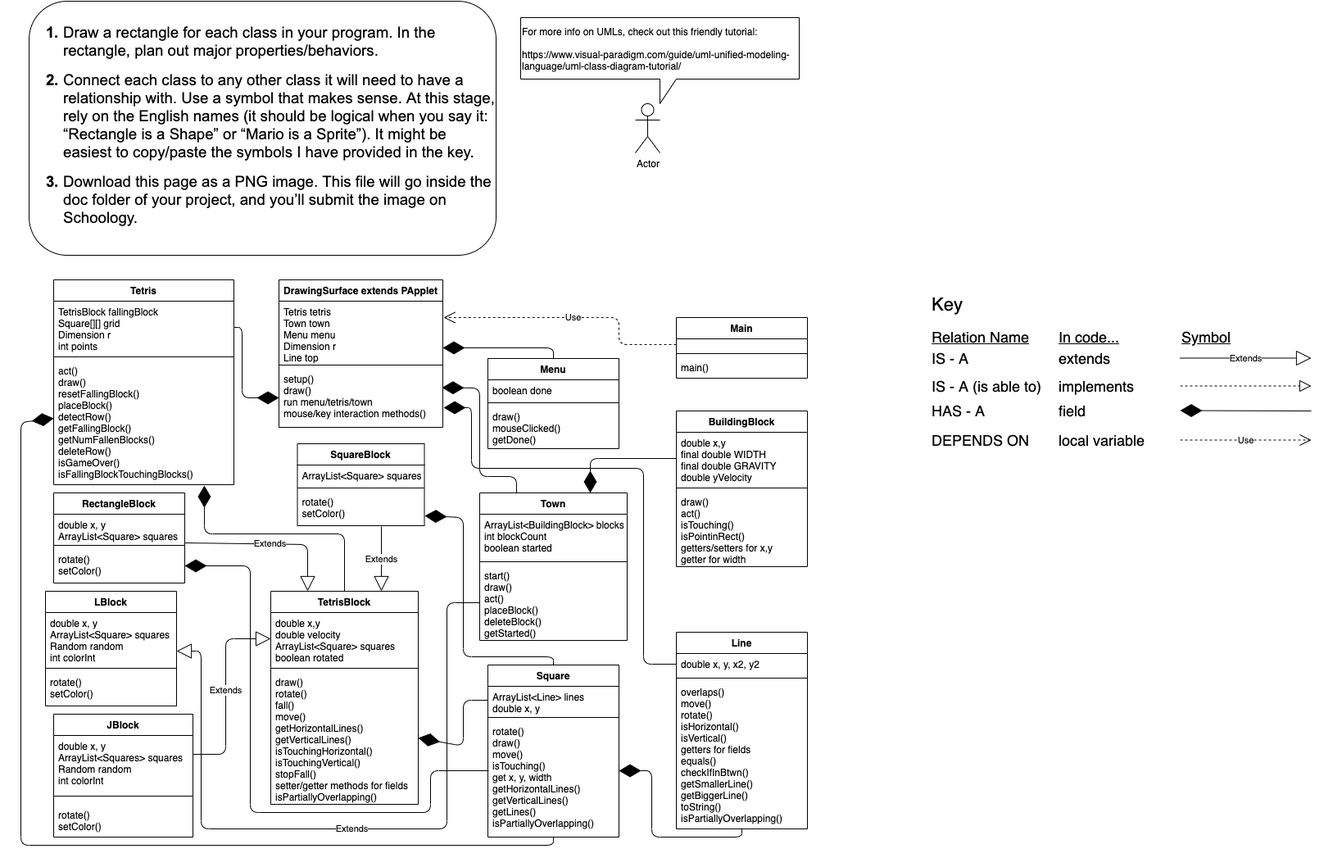
Earlier version of the draw.io export BuildTheTown/doc/Tetris Final Project UML.png (HHSAPCompSci2020/capstone-project-404-team-not-found). Source tidied: cells renumbered, new cells last; positions are measured from the earlier drawing's top-left corner, leaving out a move shared by most shapes.
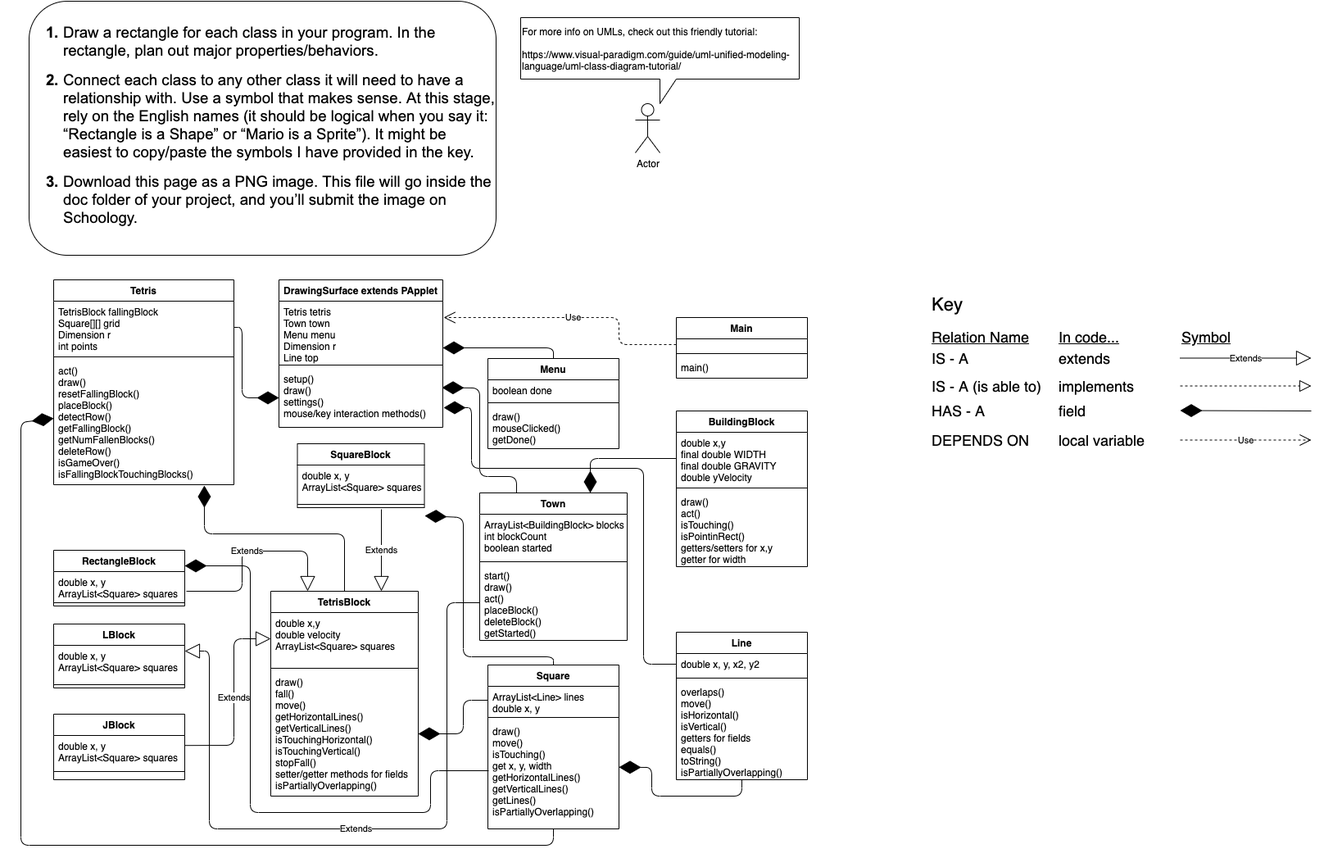
After the commit.

Commit message:
added video link, updated readme and uml diagram

Change to the diagram source:
```diff
@@ -92,7 +92,7 @@
     <mxCell id="27" style="line;strokeWidth=1;fillColor=none;align=left;verticalAlign=middle;spacingTop=-1;spacingLeft=3;spacingRight=3;labelPosition=right;" parent="25" vertex="1">
       <mxGeometry y="100" width="200" height="8" as="geometry" />
     </mxCell>
-    <mxCell id="28" value="setup()&#10;draw()&#10;run menu/tetris/town&#10;mouse/key interaction methods()" style="text;strokeColor=none;fillColor=none;align=left;verticalAlign=top;spacingLeft=4;spacingRight=4;overflow=hidden;points=[[0,0.5],[1,0.5]];portConstraint=eastwest;" parent="25" vertex="1">
+    <mxCell id="28" value="setup()&#10;draw()&#10;settings()&#10;mouse/key interaction methods()" style="text;strokeColor=none;fillColor=none;align=left;verticalAlign=top;spacingLeft=4;spacingRight=4;overflow=hidden;points=[[0,0.5],[1,0.5]];portConstraint=eastwest;" parent="25" vertex="1">
       <mxGeometry y="108" width="200" height="72" as="geometry" />
     </mxCell>
     <mxCell id="29" value="Tetris" style="swimlane;fontStyle=1;align=center;verticalAlign=top;horizontal=1;startSize=26;" parent="1" vertex="1">
@@ -108,16 +108,16 @@
       <mxGeometry y="98" width="220" height="152" as="geometry" />
     </mxCell>
     <mxCell id="33" value="TetrisBlock" style="swimlane;fontStyle=1;align=center;verticalAlign=top;horizontal=1;startSize=26;" parent="1" vertex="1">
-      <mxGeometry x="305" y="720" width="180" height="260" as="geometry" />
+      <mxGeometry x="305" y="720" width="180" height="250" as="geometry" />
     </mxCell>
-    <mxCell id="34" value="double x,y&#10;double velocity&#10;ArrayList&lt;Square&gt; squares&#10;boolean rotated" style="text;strokeColor=none;fillColor=none;align=left;verticalAlign=top;spacingLeft=4;spacingRight=4;overflow=hidden;points=[[0,0.5],[1,0.5]];portConstraint=eastwest;" parent="33" vertex="1">
+    <mxCell id="34" value="double x,y&#10;double velocity&#10;ArrayList&lt;Square&gt; squares" style="text;strokeColor=none;fillColor=none;align=left;verticalAlign=top;spacingLeft=4;spacingRight=4;overflow=hidden;points=[[0,0.5],[1,0.5]];portConstraint=eastwest;" parent="33" vertex="1">
       <mxGeometry y="26" width="180" height="64" as="geometry" />
     </mxCell>
     <mxCell id="35" style="line;strokeWidth=1;fillColor=none;align=left;verticalAlign=middle;spacingTop=-1;spacingLeft=3;spacingRight=3;labelPosition=right;" parent="33" vertex="1">
       <mxGeometry y="90" width="180" height="8" as="geometry" />
     </mxCell>
-    <mxCell id="36" value="draw()&#10;rotate()&#10;fall()&#10;move()&#10;getHorizontalLines()&#10;getVerticalLines()&#10;isTouchingHorizontal()&#10;isTouchingVertical()&#10;stopFall()&#10;setter/getter methods for fields&#10;isPartiallyOverlapping()" style="text;strokeColor=none;fillColor=none;align=left;verticalAlign=top;spacingLeft=4;spacingRight=4;overflow=hidden;points=[[0,0.5],[1,0.5]];portConstraint=eastwest;" parent="33" vertex="1">
-      <mxGeometry y="98" width="180" height="162" as="geometry" />
+    <mxCell id="36" value="draw()&#10;fall()&#10;move()&#10;getHorizontalLines()&#10;getVerticalLines()&#10;isTouchingHorizontal()&#10;isTouchingVertical()&#10;stopFall()&#10;setter/getter methods for fields&#10;isPartiallyOverlapping()" style="text;strokeColor=none;fillColor=none;align=left;verticalAlign=top;spacingLeft=4;spacingRight=4;overflow=hidden;points=[[0,0.5],[1,0.5]];portConstraint=eastwest;" parent="33" vertex="1">
+      <mxGeometry y="98" width="180" height="152" as="geometry" />
     </mxCell>
     <mxCell id="37" value="BuildingBlock" style="swimlane;fontStyle=1;align=center;verticalAlign=top;horizontal=1;startSize=26;" parent="1" vertex="1">
       <mxGeometry x="800" y="500" width="160" height="190" as="geometry" />
@@ -165,7 +165,7 @@
       </mxGeometry>
     </mxCell>
     <mxCell id="50" value="Line" style="swimlane;fontStyle=1;align=center;verticalAlign=top;horizontal=1;startSize=26;" parent="1" vertex="1">
-      <mxGeometry x="800" y="770" width="160" height="240" as="geometry" />
+      <mxGeometry x="800" y="770" width="160" height="180" as="geometry" />
     </mxCell>
     <mxCell id="51" value="double x, y, x2, y2" style="text;strokeColor=none;fillColor=none;align=left;verticalAlign=top;spacingLeft=4;spacingRight=4;overflow=hidden;points=[[0,0.5],[1,0.5]];portConstraint=eastwest;" parent="50" vertex="1">
       <mxGeometry y="26" width="160" height="26" as="geometry" />
@@ -173,11 +173,11 @@
     <mxCell id="52" style="line;strokeWidth=1;fillColor=none;align=left;verticalAlign=middle;spacingTop=-1;spacingLeft=3;spacingRight=3;labelPosition=right;" parent="50" vertex="1">
       <mxGeometry y="52" width="160" height="8" as="geometry" />
     </mxCell>
-    <mxCell id="53" value="overlaps()&#10;move()&#10;rotate()&#10;isHorizontal()&#10;isVertical()&#10;getters for fields&#10;equals()&#10;checkIfInBtwn()&#10;getSmallerLine()&#10;getBiggerLine()&#10;toString()&#10;isPartiallyOverlapping()" style="text;strokeColor=none;fillColor=none;align=left;verticalAlign=top;spacingLeft=4;spacingRight=4;overflow=hidden;points=[[0,0.5],[1,0.5]];portConstraint=eastwest;" parent="50" vertex="1">
-      <mxGeometry y="60" width="160" height="180" as="geometry" />
+    <mxCell id="53" value="overlaps()&#10;move()&#10;isHorizontal()&#10;isVertical()&#10;getters for fields&#10;equals()&#10;toString()&#10;isPartiallyOverlapping()" style="text;strokeColor=none;fillColor=none;align=left;verticalAlign=top;spacingLeft=4;spacingRight=4;overflow=hidden;points=[[0,0.5],[1,0.5]];portConstraint=eastwest;" parent="50" vertex="1">
+      <mxGeometry y="60" width="160" height="120" as="geometry" />
     </mxCell>
     <mxCell id="54" value="RectangleBlock" style="swimlane;fontStyle=1;align=center;verticalAlign=top;horizontal=1;startSize=26;" parent="1" vertex="1">
-      <mxGeometry x="40" y="600" width="160" height="110" as="geometry" />
+      <mxGeometry x="40" y="670" width="160" height="68" as="geometry" />
     </mxCell>
     <mxCell id="55" value="double x, y&#10;ArrayList&lt;Square&gt; squares" style="text;strokeColor=none;fillColor=none;align=left;verticalAlign=top;spacingLeft=4;spacingRight=4;overflow=hidden;points=[[0,0.5],[1,0.5]];portConstraint=eastwest;" parent="54" vertex="1">
       <mxGeometry y="26" width="160" height="34" as="geometry" />
@@ -185,11 +185,8 @@
     <mxCell id="56" style="line;strokeWidth=1;fillColor=none;align=left;verticalAlign=middle;spacingTop=-1;spacingLeft=3;spacingRight=3;labelPosition=right;" parent="54" vertex="1">
       <mxGeometry y="60" width="160" height="8" as="geometry" />
     </mxCell>
-    <mxCell id="57" value="rotate()&#10;setColor()" style="text;strokeColor=none;fillColor=none;align=left;verticalAlign=top;spacingLeft=4;spacingRight=4;overflow=hidden;points=[[0,0.5],[1,0.5]];portConstraint=eastwest;" parent="54" vertex="1">
-      <mxGeometry y="68" width="160" height="42" as="geometry" />
-    </mxCell>
     <mxCell id="58" value="Square" style="swimlane;fontStyle=1;align=center;verticalAlign=top;horizontal=1;startSize=26;" parent="1" vertex="1">
-      <mxGeometry x="570" y="810" width="160" height="210" as="geometry" />
+      <mxGeometry x="570" y="810" width="160" height="200" as="geometry" />
     </mxCell>
     <mxCell id="59" value="ArrayList&lt;Line&gt; lines&#10;double x, y" style="text;strokeColor=none;fillColor=none;align=left;verticalAlign=top;spacingLeft=4;spacingRight=4;overflow=hidden;points=[[0,0.5],[1,0.5]];portConstraint=eastwest;" parent="58" vertex="1">
       <mxGeometry y="26" width="160" height="34" as="geometry" />
@@ -197,12 +194,13 @@
     <mxCell id="60" style="line;strokeWidth=1;fillColor=none;align=left;verticalAlign=middle;spacingTop=-1;spacingLeft=3;spacingRight=3;labelPosition=right;" parent="58" vertex="1">
       <mxGeometry y="60" width="160" height="8" as="geometry" />
     </mxCell>
-    <mxCell id="61" value="rotate()&#10;draw()&#10;move()&#10;isTouching()&#10;get x, y, width&#10;getHorizontalLines()&#10;getVerticalLines()&#10;getLines()&#10;isPartiallyOverlapping()" style="text;strokeColor=none;fillColor=none;align=left;verticalAlign=top;spacingLeft=4;spacingRight=4;overflow=hidden;points=[[0,0.5],[1,0.5]];portConstraint=eastwest;" parent="58" vertex="1">
-      <mxGeometry y="68" width="160" height="142" as="geometry" />
+    <mxCell id="61" value="draw()&#10;move()&#10;isTouching()&#10;get x, y, width&#10;getHorizontalLines()&#10;getVerticalLines()&#10;getLines()&#10;isPartiallyOverlapping()" style="text;strokeColor=none;fillColor=none;align=left;verticalAlign=top;spacingLeft=4;spacingRight=4;overflow=hidden;points=[[0,0.5],[1,0.5]];portConstraint=eastwest;" parent="58" vertex="1">
+      <mxGeometry y="68" width="160" height="132" as="geometry" />
     </mxCell>
-    <mxCell id="62" style="endArrow=diamondThin;endFill=1;endSize=24;html=1;entryX=1;entryY=0.5;entryDx=0;entryDy=0;" parent="1" edge="1" target="57">
+    <mxCell id="62" style="endArrow=diamondThin;endFill=1;endSize=24;html=1;entryX=1;entryY=0.5;entryDx=0;entryDy=0;" parent="1" edge="1">
       <mxGeometry relative="1" as="geometry">
         <mxPoint x="571" y="939" as="sourcePoint" />
+        <mxPoint x="200" y="689" as="targetPoint" />
         <Array as="points">
           <mxPoint x="500" y="939" />
           <mxPoint x="500" y="990" />
@@ -212,20 +210,18 @@
       </mxGeometry>
     </mxCell>
     <mxCell id="63" value="SquareBlock" style="swimlane;fontStyle=1;align=center;verticalAlign=top;horizontal=1;startSize=26;" parent="1" vertex="1">
-      <mxGeometry x="337.5" y="540" width="155" height="100" as="geometry" />
+      <mxGeometry x="337.5" y="540" width="155" height="78" as="geometry" />
     </mxCell>
-    <mxCell id="64" value="ArrayList&lt;Square&gt; squares" style="text;strokeColor=none;fillColor=none;align=left;verticalAlign=top;spacingLeft=4;spacingRight=4;overflow=hidden;" parent="63" vertex="1">
-      <mxGeometry y="26" width="155" height="24" as="geometry" />
+    <mxCell id="64" value="double x, y&#10;ArrayList&lt;Square&gt; squares" style="text;strokeColor=none;fillColor=none;align=left;verticalAlign=top;spacingLeft=4;spacingRight=4;overflow=hidden;" parent="63" vertex="1">
+      <mxGeometry y="26" width="155" height="44" as="geometry" />
     </mxCell>
     <mxCell id="65" style="line;strokeWidth=1;fillColor=none;align=left;verticalAlign=middle;spacingTop=-1;spacingLeft=3;spacingRight=3;labelPosition=right;" parent="63" vertex="1">
-      <mxGeometry y="50" width="155" height="8" as="geometry" />
+      <mxGeometry y="70" width="155" height="8" as="geometry" />
     </mxCell>
-    <mxCell id="66" value="rotate()&#10;setColor()" style="text;strokeColor=none;fillColor=none;align=left;verticalAlign=top;spacingLeft=4;spacingRight=4;overflow=hidden;points=[[0,0.5],[1,0.5]];portConstraint=eastwest;" parent="63" vertex="1">
-      <mxGeometry y="58" width="155" height="42" as="geometry" />
-    </mxCell>
-    <mxCell id="67" style="endArrow=diamondThin;endFill=1;endSize=24;html=1;entryX=1.003;entryY=0.714;entryDx=0;entryDy=0;entryPerimeter=0;" parent="1" edge="1" target="66">
+    <mxCell id="67" style="endArrow=diamondThin;endFill=1;endSize=24;html=1;entryX=1.003;entryY=0.714;entryDx=0;entryDy=0;entryPerimeter=0;" parent="1" edge="1">
       <mxGeometry relative="1" as="geometry">
         <mxPoint x="650" y="810" as="sourcePoint" />
+        <mxPoint x="493" y="628" as="targetPoint" />
         <Array as="points">
           <mxPoint x="650" y="800" />
           <mxPoint x="540" y="800" />
@@ -243,17 +239,14 @@
       </mxGeometry>
     </mxCell>
     <mxCell id="69" value="LBlock" style="swimlane;fontStyle=1;align=center;verticalAlign=top;horizontal=1;startSize=26;" parent="1" vertex="1">
-      <mxGeometry x="30" y="720" width="160" height="140" as="geometry" />
+      <mxGeometry x="40" y="760" width="160" height="78" as="geometry" />
     </mxCell>
-    <mxCell id="70" value="double x, y&#10;ArrayList&lt;Square&gt; squares&#10;Random random&#10;int colorInt" style="text;strokeColor=none;fillColor=none;align=left;verticalAlign=top;spacingLeft=4;spacingRight=4;overflow=hidden;" parent="69" vertex="1">
-      <mxGeometry y="26" width="160" height="64" as="geometry" />
+    <mxCell id="70" value="double x, y&#10;ArrayList&lt;Square&gt; squares" style="text;strokeColor=none;fillColor=none;align=left;verticalAlign=top;spacingLeft=4;spacingRight=4;overflow=hidden;" parent="69" vertex="1">
+      <mxGeometry y="26" width="160" height="44" as="geometry" />
     </mxCell>
     <mxCell id="71" style="line;strokeWidth=1;fillColor=none;align=left;verticalAlign=middle;spacingTop=-1;spacingLeft=3;spacingRight=3;labelPosition=right;" parent="69" vertex="1">
-      <mxGeometry y="90" width="160" height="8" as="geometry" />
+      <mxGeometry y="70" width="160" height="8" as="geometry" />
     </mxCell>
-    <mxCell id="72" value="rotate()&#10;setColor()" style="text;strokeColor=none;fillColor=none;align=left;verticalAlign=top;spacingLeft=4;spacingRight=4;overflow=hidden;" parent="69" vertex="1">
-      <mxGeometry y="98" width="160" height="42" as="geometry" />
-    </mxCell>
     <mxCell id="73" style="endArrow=diamondThin;endFill=1;endSize=24;html=1;exitX=1;exitY=0.5;exitDx=0;exitDy=0;entryX=0;entryY=0.5;entryDx=0;entryDy=0;" parent="1" edge="1" source="30" target="28">
       <mxGeometry relative="1" as="geometry">
         <Array as="points">
@@ -266,14 +259,17 @@
       <mxGeometry relative="1" as="geometry">
         <Array as="points">
           <mxPoint x="540" y="853" />
-          <mxPoint x="540" y="909" />
+          <mxPoint x="540" y="894" />
         </Array>
       </mxGeometry>
     </mxCell>
-    <mxCell id="75" value="Extends" style="endArrow=block;endSize=16;endFill=0;html=1;exitX=1;exitY=1.029;exitDx=0;exitDy=0;entryX=0.25;entryY=0;entryDx=0;entryDy=0;exitPerimeter=0;" parent="1" edge="1" source="55" target="33">
+    <mxCell id="75" value="Extends" style="endArrow=block;endSize=16;endFill=0;html=1;entryX=0.25;entryY=0;entryDx=0;entryDy=0;" parent="1" edge="1" target="33">
       <mxGeometry relative="1" as="geometry">
+        <mxPoint x="202" y="720" as="sourcePoint" />
         <Array as="points">
-          <mxPoint x="350" y="663" />
+          <mxPoint x="270" y="720" />
+          <mxPoint x="270" y="671" />
+          <mxPoint x="350" y="671" />
         </Array>
       </mxGeometry>
     </mxCell>
@@ -307,40 +303,37 @@
     <mxCell id="79" style="endArrow=diamondThin;endFill=1;endSize=24;html=1;exitX=0.5;exitY=1;exitDx=0;exitDy=0;exitPerimeter=0;entryX=1;entryY=0.43;entryDx=0;entryDy=0;entryPerimeter=0;" parent="1" edge="1" source="53" target="61">
       <mxGeometry relative="1" as="geometry">
         <Array as="points">
-          <mxPoint x="880" y="1020" />
-          <mxPoint x="770" y="1020" />
-          <mxPoint x="770" y="939" />
+          <mxPoint x="880" y="970" />
+          <mxPoint x="770" y="970" />
+          <mxPoint x="770" y="935" />
         </Array>
       </mxGeometry>
     </mxCell>
     <mxCell id="80" value="Extends" style="endArrow=block;endSize=16;endFill=0;html=1;exitX=0;exitY=0.5;exitDx=0;exitDy=0;" parent="1" edge="1" source="48">
       <mxGeometry relative="1" as="geometry">
-        <mxPoint x="190" y="793" as="targetPoint" />
+        <mxPoint x="200" y="793" as="targetPoint" />
         <Array as="points">
           <mxPoint x="520" y="734" />
           <mxPoint x="520" y="1010" />
-          <mxPoint x="220" y="1010" />
-          <mxPoint x="220" y="793" />
+          <mxPoint x="230" y="1010" />
+          <mxPoint x="230" y="793" />
         </Array>
       </mxGeometry>
     </mxCell>
     <mxCell id="81" value="JBlock" style="swimlane;fontStyle=1;align=center;verticalAlign=top;horizontal=1;startSize=26;" parent="1" vertex="1">
-      <mxGeometry x="40" y="870" width="170" height="150" as="geometry" />
+      <mxGeometry x="40" y="870" width="160" height="80" as="geometry" />
     </mxCell>
-    <mxCell id="82" value="double x, y&#10;ArrayList&lt;Squares&gt; squares&#10;Random random&#10;int colorInt" style="text;strokeColor=none;fillColor=none;align=left;verticalAlign=top;spacingLeft=4;spacingRight=4;overflow=hidden;points=[[0,0.5],[1,0.5]];portConstraint=eastwest;" parent="81" vertex="1">
-      <mxGeometry y="26" width="170" height="64" as="geometry" />
+    <mxCell id="82" value="double x, y&#10;ArrayList&lt;Square&gt; squares" style="text;strokeColor=none;fillColor=none;align=left;verticalAlign=top;spacingLeft=4;spacingRight=4;overflow=hidden;points=[[0,0.5],[1,0.5]];portConstraint=eastwest;" parent="81" vertex="1">
+      <mxGeometry y="26" width="160" height="34" as="geometry" />
     </mxCell>
     <mxCell id="83" style="line;strokeWidth=1;fillColor=none;align=left;verticalAlign=middle;spacingTop=-1;spacingLeft=3;spacingRight=3;labelPosition=right;" parent="81" vertex="1">
-      <mxGeometry y="90" width="170" height="20" as="geometry" />
+      <mxGeometry y="60" width="160" height="20" as="geometry" />
     </mxCell>
-    <mxCell id="84" value="rotate()&#10;setColor()" style="text;strokeColor=none;fillColor=none;align=left;verticalAlign=top;spacingLeft=4;spacingRight=4;overflow=hidden;" parent="81" vertex="1">
-      <mxGeometry y="110" width="170" height="40" as="geometry" />
-    </mxCell>
     <mxCell id="85" value="Extends" style="endArrow=block;endSize=16;endFill=0;html=1;exitX=1;exitY=0.359;exitDx=0;exitDy=0;entryX=0;entryY=0.5;entryDx=0;entryDy=0;exitPerimeter=0;" parent="1" edge="1" source="82" target="34">
       <mxGeometry relative="1" as="geometry">
         <Array as="points">
-          <mxPoint x="250" y="919" />
-          <mxPoint x="250" y="778" />
+          <mxPoint x="260" y="908" />
+          <mxPoint x="260" y="778" />
         </Array>
       </mxGeometry>
     </mxCell>
@@ -361,7 +354,7 @@
     </mxCell>
     <mxCell id="88" value="Extends" style="endArrow=block;endSize=16;endFill=0;html=1;entryX=0.75;entryY=0;entryDx=0;entryDy=0;" parent="1" edge="1" target="33">
       <mxGeometry relative="1" as="geometry">
-        <mxPoint x="440" y="641" as="sourcePoint" />
+        <mxPoint x="440" y="620" as="sourcePoint" />
       </mxGeometry>
     </mxCell>
   </root>
```
